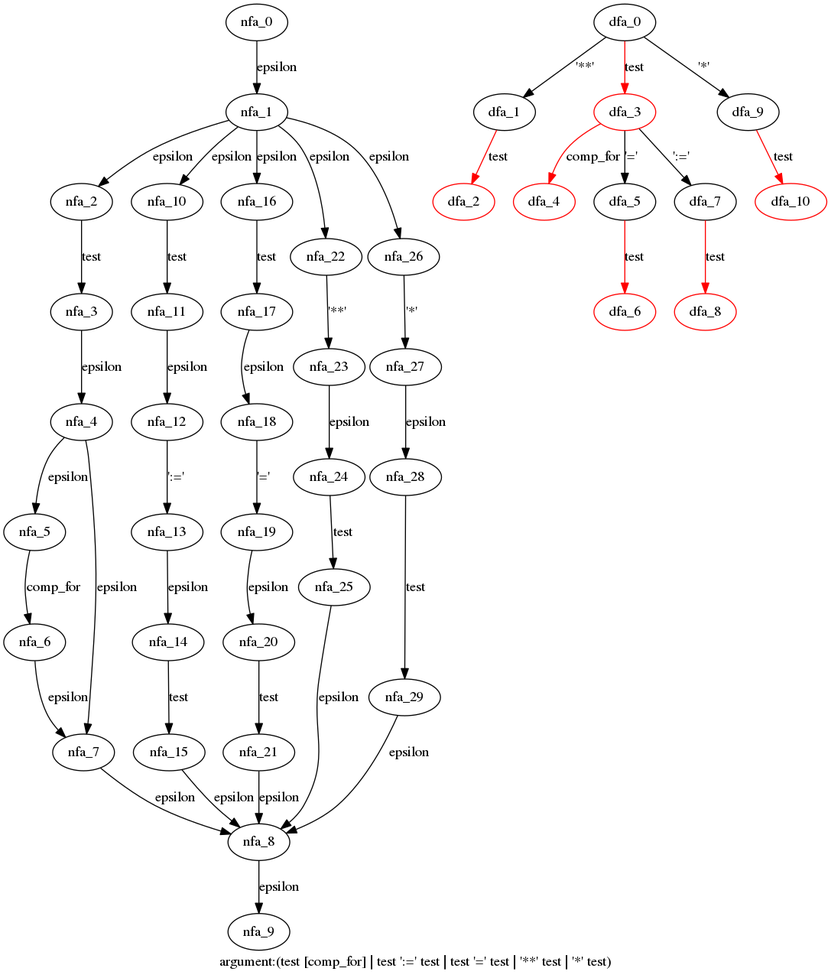
This is cpython/grammar/handwrite/nfa_dfas/80.argument.dot.png from WinChua/blog, a Graphviz export, as it was before one commit. Its source is kept beside it as cpython/grammar/handwrite/nfa_dfas/80.argument.dot. The source it was exported from:
```dot
digraph argument {
 graph[label="argument:(test [comp_for] | test ':=' test | test '=' test | '**' test | '*' test)"]
 subgraph argument_nfa {
  nfa_0->nfa_1[label="epsilon"]
  nfa_1->nfa_2[label="epsilon"]
  nfa_2->nfa_3[label="test"]
  nfa_3->nfa_4[label="epsilon"]
  nfa_4->nfa_5[label="epsilon"]
  nfa_5->nfa_6[label="comp_for"]
  nfa_6->nfa_7[label="epsilon"]
  nfa_7->nfa_8[label="epsilon"]
  nfa_8->nfa_9[label="epsilon"]
  nfa_4->nfa_7[label="epsilon"]
  nfa_1->nfa_10[label="epsilon"]
  nfa_10->nfa_11[label="test"]
  nfa_11->nfa_12[label="epsilon"]
  nfa_12->nfa_13[label="':='"]
  nfa_13->nfa_14[label="epsilon"]
  nfa_14->nfa_15[label="test"]
  nfa_15->nfa_8[label="epsilon"]
  nfa_1->nfa_16[label="epsilon"]
  nfa_16->nfa_17[label="test"]
  nfa_17->nfa_18[label="epsilon"]
  nfa_18->nfa_19[label="'='"]
  nfa_19->nfa_20[label="epsilon"]
  nfa_20->nfa_21[label="test"]
  nfa_21->nfa_8[label="epsilon"]
  nfa_1->nfa_22[label="epsilon"]
  nfa_22->nfa_23[label="'**'"]
  nfa_23->nfa_24[label="epsilon"]
  nfa_24->nfa_25[label="test"]
  nfa_25->nfa_8[label="epsilon"]
  nfa_1->nfa_26[label="epsilon"]
  nfa_26->nfa_27[label="'*'"]
  nfa_27->nfa_28[label="epsilon"]
  nfa_28->nfa_29[label="test"]
  nfa_29->nfa_8[label="epsilon"]
  }
 subgraph argument_dfa {
  dfa_0->dfa_1[label="'**'"]
  dfa_1->dfa_2[label="test",color=red]
  dfa_0->dfa_3[label="test",color=red]
  dfa_3->dfa_4[label="comp_for",color=red]
  dfa_3->dfa_5[label="'='"]
  dfa_5->dfa_6[label="test",color=red]
  dfa_3->dfa_7[label="':='"]
  dfa_7->dfa_8[label="test",color=red]
  dfa_0->dfa_9[label="'*'"]
  dfa_9->dfa_10[label="test",color=red]
  dfa_2[color=red]
  dfa_3[color=red]
  dfa_4[color=red]
  dfa_6[color=red]
  dfa_8[color=red]
  dfa_10[color=red]
  }
}
```
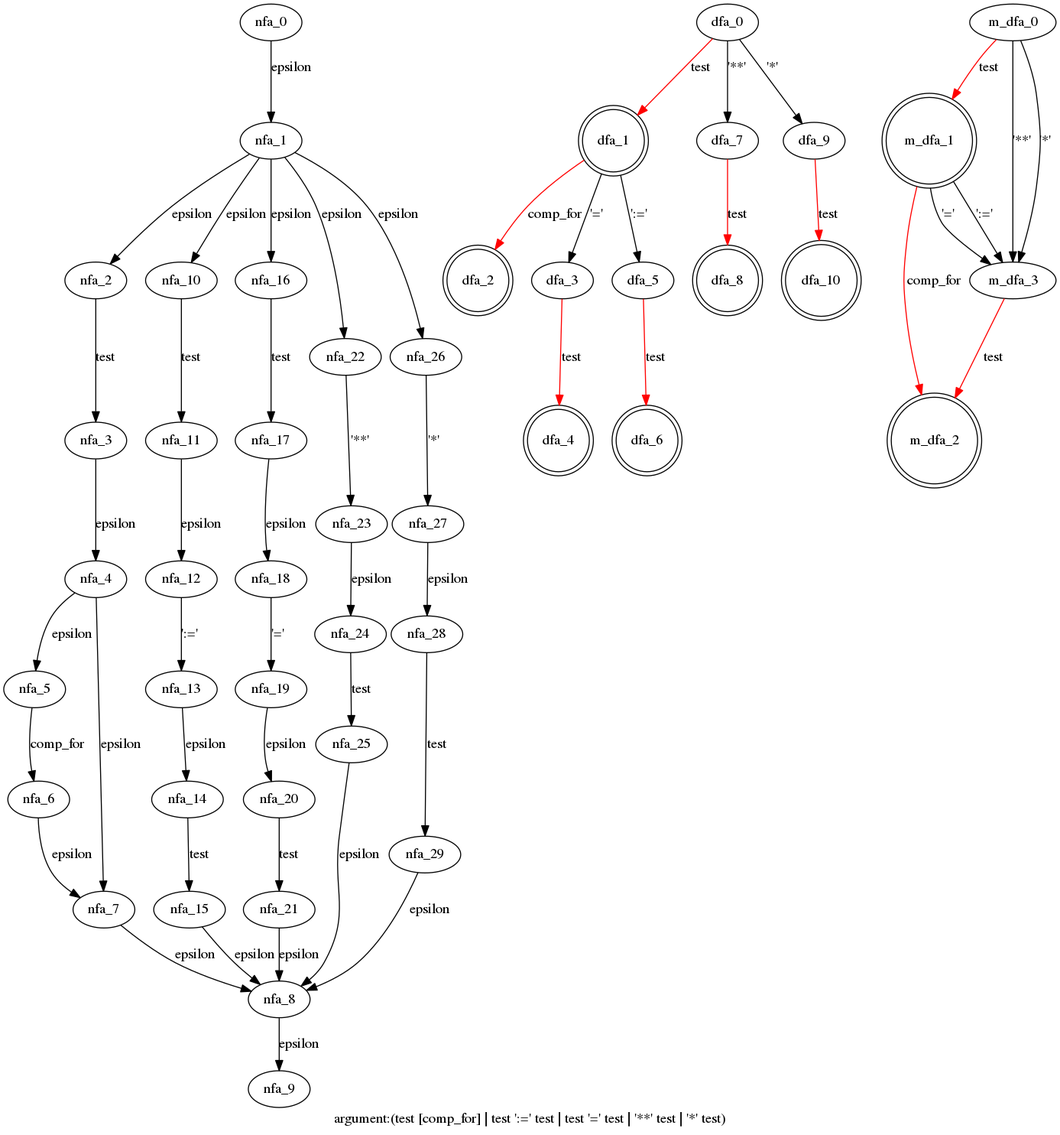
After the commit.

The edit, as a diff of the source:
```diff
@@ -37,21 +37,32 @@
   nfa_29->nfa_8[label="epsilon"]
   }
  subgraph argument_dfa {
-  dfa_0->dfa_1[label="'**'"]
-  dfa_1->dfa_2[label="test",color=red]
-  dfa_0->dfa_3[label="test",color=red]
-  dfa_3->dfa_4[label="comp_for",color=red]
-  dfa_3->dfa_5[label="'='"]
+  dfa_0->dfa_1[label="test",color=red]
+  dfa_1->dfa_2[label="comp_for",color=red]
+  dfa_1->dfa_3[label="'='"]
+  dfa_3->dfa_4[label="test",color=red]
+  dfa_1->dfa_5[label="':='"]
   dfa_5->dfa_6[label="test",color=red]
-  dfa_3->dfa_7[label="':='"]
+  dfa_0->dfa_7[label="'**'"]
   dfa_7->dfa_8[label="test",color=red]
   dfa_0->dfa_9[label="'*'"]
   dfa_9->dfa_10[label="test",color=red]
-  dfa_2[color=red]
-  dfa_3[color=red]
-  dfa_4[color=red]
-  dfa_6[color=red]
-  dfa_8[color=red]
-  dfa_10[color=red]
+  dfa_1[shape=doublecircle]
+  dfa_2[shape=doublecircle]
+  dfa_4[shape=doublecircle]
+  dfa_6[shape=doublecircle]
+  dfa_8[shape=doublecircle]
+  dfa_10[shape=doublecircle]
+  }
+ subgraph argument_m_dfa {
+  m_dfa_0->m_dfa_1[label="test",color=red]
+  m_dfa_1->m_dfa_2[label="comp_for",color=red]
+  m_dfa_1->m_dfa_3[label="'='"]
+  m_dfa_3->m_dfa_2[label="test",color=red]
+  m_dfa_1->m_dfa_3[label="':='"]
+  m_dfa_0->m_dfa_3[label="'**'"]
+  m_dfa_0->m_dfa_3[label="'*'"]
+  m_dfa_1[shape=doublecircle]
+  m_dfa_2[shape=doublecircle]
   }
 }
```
